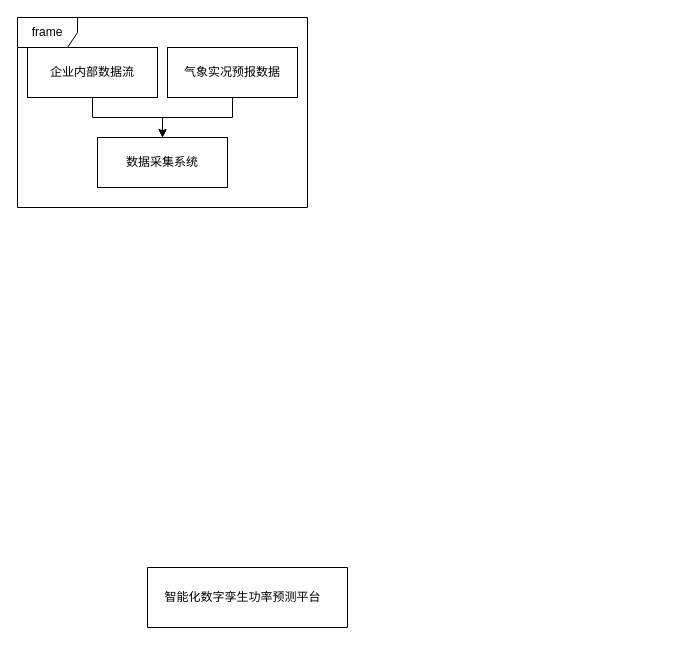
Before: 课题.drawio in fourmia/Note, a draw.io diagram. Source tidied: cells renumbered, new cells numbered last; positions are measured from the earlier drawing's top-left corner, leaving out a move shared by most shapes. Both pictures are drawn from the tidied source at 100%, with x=0, y=0 at pixel (17, 17).
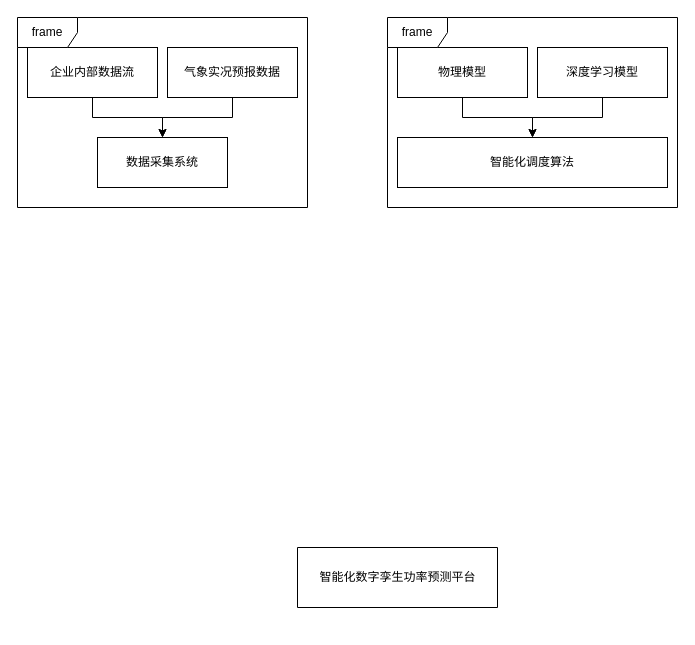
The same diagram, later.

The edit, as a diff of the source:
```diff
@@
 <mxGraphModel>
   <root>
     <mxCell id="0" />
     <mxCell id="1" parent="0" />
     <mxCell id="2" style="swimlane;startSize=0;" parent="1" vertex="1">
-      <mxGeometry x="130" y="550" width="200" height="60" as="geometry" />
+      <mxGeometry x="280" y="530" width="200" height="60" as="geometry" />
     </mxCell>
     <mxCell id="3" value="智能化数字孪生功率预测平台" style="text;html=1;align=center;verticalAlign=middle;strokeColor=none;fillColor=none;" parent="2" vertex="1">
-      <mxGeometry x="5" y="15" width="180" height="30" as="geometry" />
+      <mxGeometry x="10" y="15" width="180" height="30" as="geometry" />
     </mxCell>
     <mxCell id="4" style="edgeStyle=orthogonalEdgeStyle;rounded=0;jettySize=auto;html=1;" parent="1" edge="1" source="5" target="6">
       <mxGeometry relative="1" as="geometry" />
     </mxCell>
     <mxCell id="5" value="企业内部数据流" style="html=1;whiteSpace=wrap;" parent="1" vertex="1">
       <mxGeometry x="10" y="30" width="130" height="50" as="geometry" />
     </mxCell>
     <mxCell id="6" value="数据采集系统" style="html=1;whiteSpace=wrap;" parent="1" vertex="1">
       <mxGeometry x="80" y="120" width="130" height="50" as="geometry" />
     </mxCell>
     <mxCell id="7" style="edgeStyle=orthogonalEdgeStyle;rounded=0;jettySize=auto;html=1;" parent="1" edge="1" source="8" target="6">
       <mxGeometry relative="1" as="geometry" />
     </mxCell>
     <mxCell id="8" value="气象实况预报数据" style="html=1;whiteSpace=wrap;" parent="1" vertex="1">
       <mxGeometry x="150" y="30" width="130" height="50" as="geometry" />
     </mxCell>
     <mxCell id="9" value="frame" style="shape=umlFrame;whiteSpace=wrap;html=1;" parent="1" vertex="1">
       <mxGeometry width="290" height="190" as="geometry" />
     </mxCell>
+    <mxCell id="10" style="edgeStyle=orthogonalEdgeStyle;rounded=0;jettySize=auto;html=1;" parent="1" edge="1" source="11" target="12">
+      <mxGeometry relative="1" as="geometry" />
+    </mxCell>
+    <mxCell id="11" value="物理模型" style="html=1;whiteSpace=wrap;" parent="1" vertex="1">
+      <mxGeometry x="380" y="30" width="130" height="50" as="geometry" />
+    </mxCell>
+    <mxCell id="12" value="智能化调度算法" style="html=1;whiteSpace=wrap;" parent="1" vertex="1">
+      <mxGeometry x="380" y="120" width="270" height="50" as="geometry" />
+    </mxCell>
+    <mxCell id="13" style="edgeStyle=orthogonalEdgeStyle;rounded=0;jettySize=auto;html=1;" parent="1" edge="1" source="14" target="12">
+      <mxGeometry relative="1" as="geometry" />
+    </mxCell>
+    <mxCell id="14" value="深度学习模型" style="html=1;whiteSpace=wrap;" parent="1" vertex="1">
+      <mxGeometry x="520" y="30" width="130" height="50" as="geometry" />
+    </mxCell>
+    <mxCell id="15" value="frame" style="shape=umlFrame;whiteSpace=wrap;html=1;" parent="1" vertex="1">
+      <mxGeometry x="370" width="290" height="190" as="geometry" />
+    </mxCell>
   </root>
 </mxGraphModel>
```
